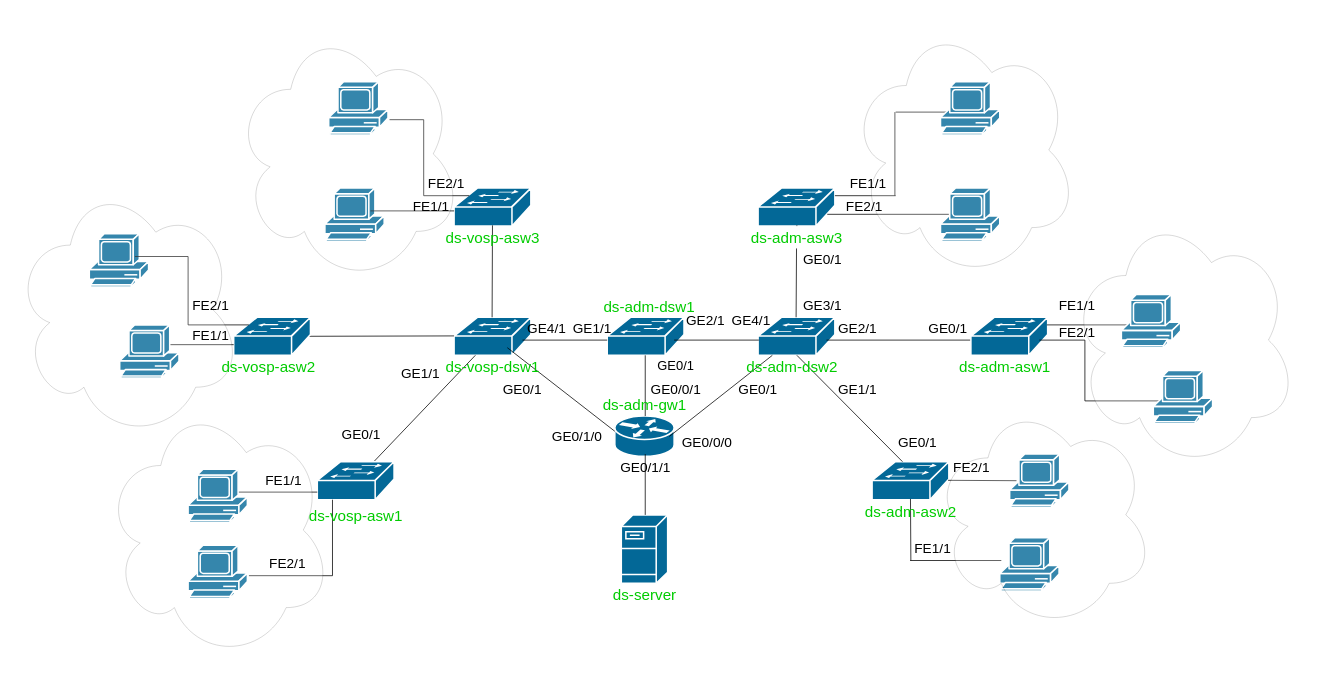
Before: Диаграмма без названия.drawio in dibovdmitry/Project, a draw.io diagram. Source tidied: cells renumbered, new cells numbered last; positions are measured from the earlier drawing's top-left corner, leaving out a move shared by most shapes. Both pictures are drawn from the tidied source at 76%, with x=0, y=0 at pixel (13, 21).
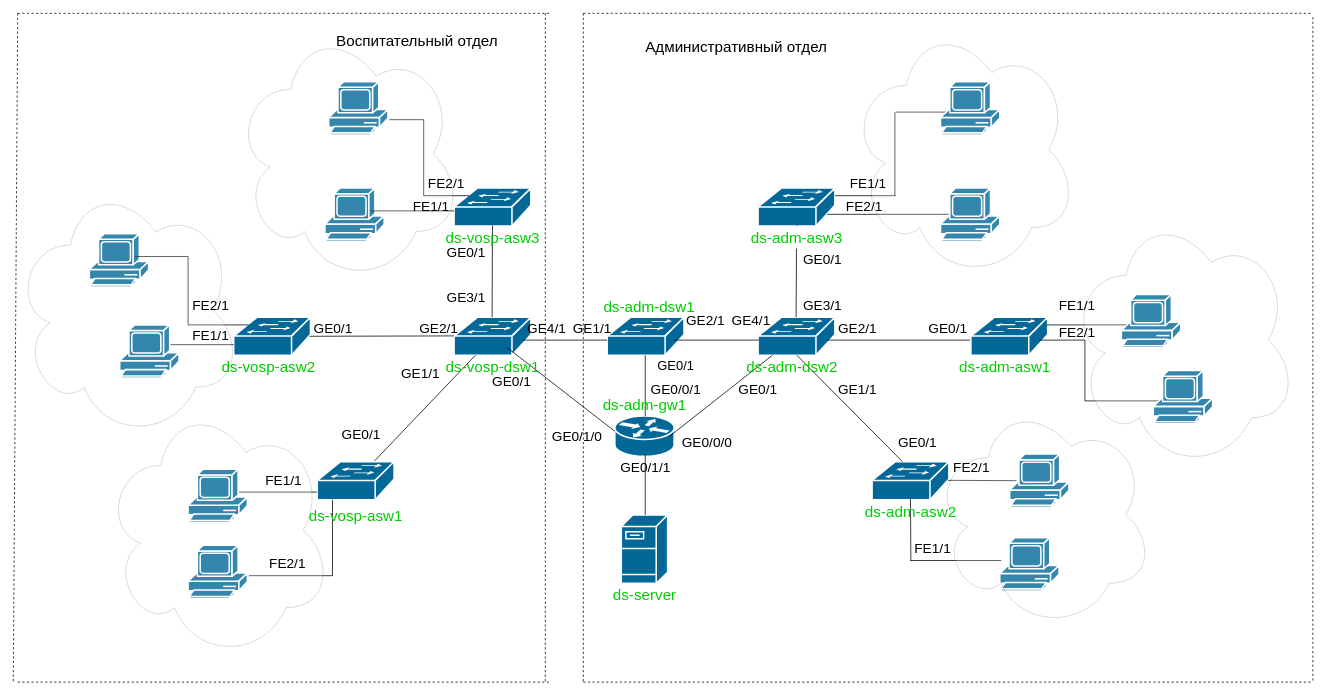
The same diagram, later.

What changed in the source:
```diff
@@
     <mxCell id="94" value="&lt;font style=&quot;font-size: 18px;&quot;&gt;GE0/1&lt;/font&gt;" style="text;html=1;strokeColor=none;fillColor=none;align=center;verticalAlign=middle;whiteSpace=wrap;rounded=0;" parent="1" vertex="1">
-      <mxGeometry x="640" y="470" width="60" height="30" as="geometry" />
+      <mxGeometry x="565.8" y="290" width="60" height="30" as="geometry" />
     </mxCell>
@@
+    <mxCell id="108" value="&lt;font style=&quot;font-size: 18px;&quot;&gt;GE0/1&lt;/font&gt;" style="text;html=1;strokeColor=none;fillColor=none;align=center;verticalAlign=middle;whiteSpace=wrap;rounded=0;" parent="1" vertex="1">
+      <mxGeometry x="391" y="390" width="60" height="30" as="geometry" />
+    </mxCell>
+    <mxCell id="109" value="&lt;font style=&quot;font-size: 18px;&quot;&gt;GE0/1&lt;/font&gt;" style="text;html=1;strokeColor=none;fillColor=none;align=center;verticalAlign=middle;whiteSpace=wrap;rounded=0;" parent="1" vertex="1">
+      <mxGeometry x="625.8" y="460" width="60" height="30" as="geometry" />
+    </mxCell>
+    <mxCell id="110" value="&lt;font style=&quot;font-size: 18px;&quot;&gt;GE2/1&lt;/font&gt;" style="text;html=1;strokeColor=none;fillColor=none;align=center;verticalAlign=middle;whiteSpace=wrap;rounded=0;" parent="1" vertex="1">
+      <mxGeometry x="530" y="390" width="60" height="30" as="geometry" />
+    </mxCell>
+    <mxCell id="111" value="&lt;font style=&quot;font-size: 18px;&quot;&gt;GE3/1&lt;/font&gt;" style="text;html=1;strokeColor=none;fillColor=none;align=center;verticalAlign=middle;whiteSpace=wrap;rounded=0;" parent="1" vertex="1">
+      <mxGeometry x="565.8" y="350" width="60" height="30" as="geometry" />
+    </mxCell>
+    <mxCell id="112" style="endArrow=none;dashed=1;html=1;rounded=0;" parent="1" edge="1">
+      <mxGeometry relative="1" as="geometry">
+        <mxPoint x="5.8" y="-10" as="sourcePoint" />
+        <mxPoint x="705.8" y="-10" as="targetPoint" />
+      </mxGeometry>
+    </mxCell>
+    <mxCell id="113" style="endArrow=none;dashed=1;html=1;rounded=0;" parent="1" edge="1">
+      <mxGeometry relative="1" as="geometry">
+        <mxPoint x="5.8" y="870" as="sourcePoint" />
+        <mxPoint x="705.8" y="870" as="targetPoint" />
+      </mxGeometry>
+    </mxCell>
+    <mxCell id="114" style="endArrow=none;dashed=1;html=1;rounded=0;" parent="1" edge="1">
+      <mxGeometry relative="1" as="geometry">
+        <mxPoint x="5.8" y="-10" as="sourcePoint" />
+        <mxPoint y="870" as="targetPoint" />
+      </mxGeometry>
+    </mxCell>
+    <mxCell id="115" style="endArrow=none;dashed=1;html=1;rounded=0;" parent="1" edge="1">
+      <mxGeometry relative="1" as="geometry">
+        <mxPoint x="700" y="-10" as="sourcePoint" />
+        <mxPoint x="700" y="870" as="targetPoint" />
+      </mxGeometry>
+    </mxCell>
+    <mxCell id="116" style="endArrow=none;dashed=1;html=1;rounded=0;" parent="1" edge="1">
+      <mxGeometry relative="1" as="geometry">
+        <mxPoint x="750" y="-10" as="sourcePoint" />
+        <mxPoint x="1710" y="-10" as="targetPoint" />
+      </mxGeometry>
+    </mxCell>
+    <mxCell id="117" style="endArrow=none;dashed=1;html=1;rounded=0;" parent="1" edge="1">
+      <mxGeometry relative="1" as="geometry">
+        <mxPoint x="750" y="870" as="sourcePoint" />
+        <mxPoint x="1710" y="870" as="targetPoint" />
+      </mxGeometry>
+    </mxCell>
+    <mxCell id="118" style="endArrow=none;dashed=1;html=1;rounded=0;" parent="1" edge="1">
+      <mxGeometry relative="1" as="geometry">
+        <mxPoint x="750" y="-10" as="sourcePoint" />
+        <mxPoint x="750" y="870" as="targetPoint" />
+      </mxGeometry>
+    </mxCell>
+    <mxCell id="119" style="endArrow=none;dashed=1;html=1;rounded=0;" parent="1" edge="1">
+      <mxGeometry relative="1" as="geometry">
+        <mxPoint x="1710" y="-5" as="sourcePoint" />
+        <mxPoint x="1710" y="870" as="targetPoint" />
+      </mxGeometry>
+    </mxCell>
+    <mxCell id="120" value="&lt;span style=&quot;font-size: 20px;&quot;&gt;Административный отдел&lt;/span&gt;" style="text;html=1;align=center;verticalAlign=middle;strokeColor=none;fillColor=none;" parent="1" vertex="1">
+      <mxGeometry x="821" y="13" width="260" height="40" as="geometry" />
+    </mxCell>
+    <mxCell id="121" value="&lt;font style=&quot;font-size: 20px;&quot;&gt;Воспитательный отдел&lt;/font&gt;" style="text;html=1;align=center;verticalAlign=middle;strokeColor=none;fillColor=none;" parent="1" vertex="1">
+      <mxGeometry x="411" y="5" width="240" height="40" as="geometry" />
+    </mxCell>
```
